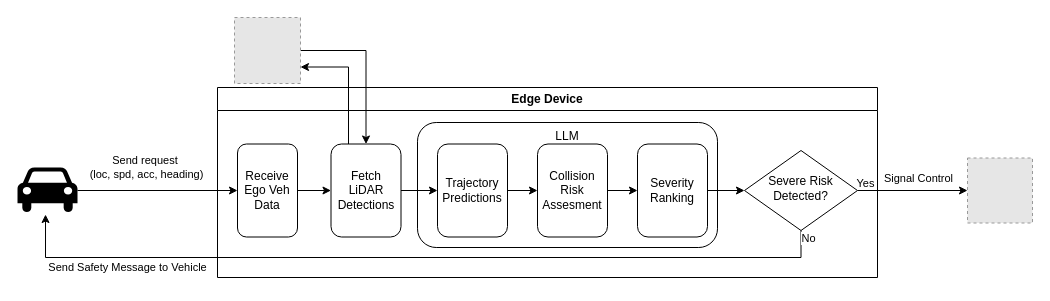
Fraser233/2025_TTT keeps this draw.io diagram as Project_Docs/flowchart.drawio. Above is the earlier version. Source tidied: cells renumbered, new cells numbered last; positions are measured from the earlier drawing's top-left corner, leaving out a move shared by most shapes. Both pictures are drawn from the tidied source at 100%, with x=0, y=0 at pixel (17, 17). Pictures stored in the file or linked from it are replaced by grey dashed boxes.
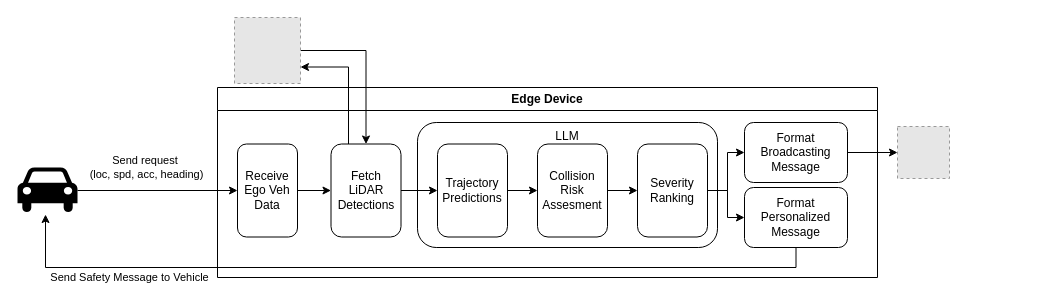
After the change.

The change refers to these unchanged cells:
```xml
<mxCell id="2" value="Edge Device" style="swimlane;whiteSpace=wrap;html=1;" parent="1" vertex="1">
  <mxGeometry x="200" y="70" width="660" height="190" as="geometry" />
</mxCell>
<mxCell id="5" style="shape=mxgraph.signs.transportation.car_4;html=1;fillColor=#000000;strokeColor=none;verticalLabelPosition=bottom;verticalAlign=top;align=center;" parent="1" vertex="1">
  <mxGeometry y="150" width="60" height="46" as="geometry" />
</mxCell>
<mxCell id="18" value="Severity Ranking" style="rounded=1;whiteSpace=wrap;html=1;fontSize=12;glass=0;strokeWidth=1;shadow=0;" parent="1" vertex="1">
  <mxGeometry x="620" y="126.5" width="70" height="93" as="geometry" />
</mxCell>
```

Change to the diagram source:
```diff
@@
+    <mxCell id="26" value="Format Personalized Message" style="rounded=1;whiteSpace=wrap;html=1;fontSize=12;glass=0;strokeWidth=1;shadow=0;" parent="2" vertex="1">
+      <mxGeometry x="527" y="100" width="103" height="60" as="geometry" />
+    </mxCell>
+    <mxCell id="27" value="Format Broadcasting Message" style="rounded=1;whiteSpace=wrap;html=1;fontSize=12;glass=0;strokeWidth=1;shadow=0;" parent="2" vertex="1">
+      <mxGeometry x="527" y="35" width="103" height="60" as="geometry" />
+    </mxCell>
@@
-    <mxCell id="17" style="edgeStyle=orthogonalEdgeStyle;rounded=0;jettySize=auto;html=1;" parent="1" edge="1" source="18" target="22">
+    <mxCell id="17" style="edgeStyle=orthogonalEdgeStyle;rounded=0;jettySize=auto;html=1;entryX=0;entryY=0.5;entryDx=0;entryDy=0;" parent="1" edge="1" source="18" target="26">
       <mxGeometry relative="1" as="geometry" />
     </mxCell>
+    <mxCell id="28" style="edgeStyle=orthogonalEdgeStyle;rounded=0;jettySize=auto;html=1;exitX=1;exitY=0.5;exitDx=0;exitDy=0;entryX=0;entryY=0.5;entryDx=0;entryDy=0;" parent="1" edge="1" source="18" target="27">
+      <mxGeometry relative="1" as="geometry" />
+    </mxCell>
@@
-    <mxCell id="19" style="edgeStyle=orthogonalEdgeStyle;rounded=0;jettySize=auto;html=1;" parent="1" edge="1" source="22" target="25">
-      <mxGeometry relative="1" as="geometry" />
-    </mxCell>
-    <mxCell id="20" value="Signal Control" style="edgeLabel;html=1;align=center;verticalAlign=middle;" parent="19" vertex="1">
-      <mxGeometry x="-0.65" y="3" relative="1" as="geometry">
-        <mxPoint x="41" y="-10" as="offset" />
-      </mxGeometry>
-    </mxCell>
-    <mxCell id="21" value="Yes" style="edgeLabel;html=1;align=center;verticalAlign=middle;" parent="19" vertex="1">
-      <mxGeometry x="-0.87" y="3" relative="1" as="geometry">
-        <mxPoint y="-5" as="offset" />
-      </mxGeometry>
-    </mxCell>
-    <mxCell id="22" value="Severe Risk Detected?" style="rhombus;whiteSpace=wrap;html=1;shadow=0;fontFamily=Helvetica;fontSize=12;align=center;strokeWidth=1;spacing=6;spacingTop=-4;" parent="1" vertex="1">
-      <mxGeometry x="727" y="133" width="113" height="80" as="geometry" />
-    </mxCell>
-    <mxCell id="23" value="Send Safety Message to Vehicle" style="edgeStyle=orthogonalEdgeStyle;rounded=0;jettySize=auto;html=1;exitX=0.5;exitY=1;exitDx=0;exitDy=0;entryX=0.467;entryY=1.022;entryDx=0;entryDy=0;entryPerimeter=0;" parent="1" edge="1" source="22" target="5">
-      <mxGeometry x="0.7" y="10" relative="1" as="geometry">
-        <Array as="points">
-          <mxPoint x="784" y="240" />
-          <mxPoint x="28" y="240" />
-        </Array>
+    <mxCell id="23" value="Send Safety Message to Vehicle" style="edgeStyle=orthogonalEdgeStyle;rounded=0;jettySize=auto;html=1;entryX=0.467;entryY=1.022;entryDx=0;entryDy=0;entryPerimeter=0;exitX=0.5;exitY=1;exitDx=0;exitDy=0;" parent="1" edge="1" source="26" target="5">
+      <mxGeometry x="0.67" y="10" relative="1" as="geometry">
         <mxPoint x="1" as="offset" />
       </mxGeometry>
     </mxCell>
-    <mxCell id="24" value="No" style="edgeLabel;html=1;align=center;verticalAlign=middle;" parent="23" vertex="1">
-      <mxGeometry x="-0.97" y="-2" relative="1" as="geometry">
-        <mxPoint x="9" y="-5" as="offset" />
-      </mxGeometry>
-    </mxCell>
-    <mxCell id="25" style="fillColor=#E6E6E6;strokeColor=#999999;dashed=1;verticalLabelPosition=bottom;labelBackgroundColor=default;verticalAlign=top;" parent="1" vertex="1">
-      <mxGeometry x="950" y="140.5" width="65" height="65" as="geometry" />
-    </mxCell>
+    <mxCell id="29" style="fillColor=#E6E6E6;strokeColor=#999999;dashed=1;verticalLabelPosition=bottom;labelBackgroundColor=default;verticalAlign=top;" parent="1" vertex="1">
+      <mxGeometry x="880" y="109" width="52" height="52" as="geometry" />
+    </mxCell>
+    <mxCell id="30" style="edgeStyle=orthogonalEdgeStyle;rounded=0;jettySize=auto;html=1;exitX=1;exitY=0.5;exitDx=0;exitDy=0;entryX=0;entryY=0.5;entryDx=0;entryDy=0;" parent="1" edge="1" source="27" target="29">
+      <mxGeometry relative="1" as="geometry" />
+    </mxCell>
```
